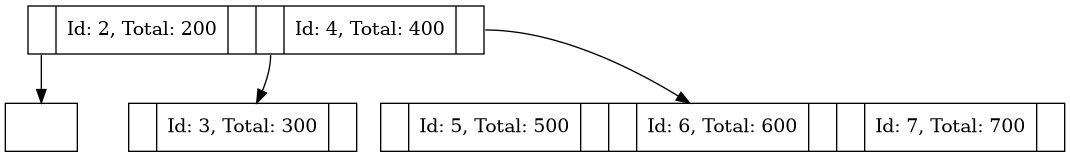
This is Fase#2/Reportes/arbol2.png from Farot30/-EDD-1S2025_202307820, a Graphviz export, as it was before one commit. Its source is kept beside it as Fase#2/Reportes/arbol2.dot.
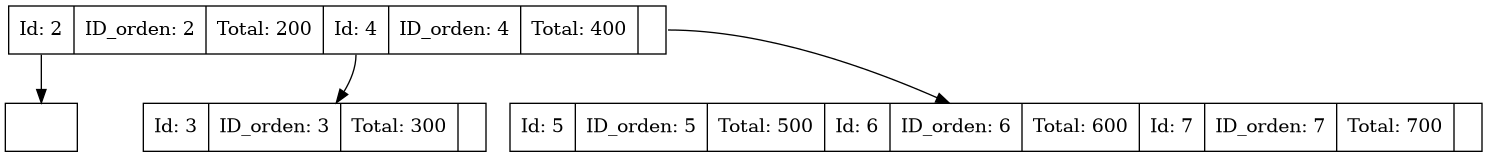
Later version of the same file.

Change to the diagram source:
```diff
@@ -1,10 +1,10 @@
 digraph BTree {
     node [shape=record];
-node0 [label="<f0> |Id: 2, Total: 200||<f1> |Id: 4, Total: 400|<f2>"];
+node0 [label="<f0> Id: 2|ID_orden: 2|Total: 200|<f1> Id: 4|ID_orden: 4|Total: 400|<f2>"];
 node1 [label=""];
     node0:f0 -> node1;
-node2 [label="<f0> |Id: 3, Total: 300|<f1>"];
+node2 [label="<f0> Id: 3|ID_orden: 3|Total: 300|<f1>"];
     node0:f1 -> node2;
-node3 [label="<f0> |Id: 5, Total: 500||<f1> |Id: 6, Total: 600||<f2> |Id: 7, Total: 700|<f3>"];
+node3 [label="<f0> Id: 5|ID_orden: 5|Total: 500|<f1> Id: 6|ID_orden: 6|Total: 600|<f2> Id: 7|ID_orden: 7|Total: 700|<f3>"];
     node0:f2 -> node3;
 }
```
